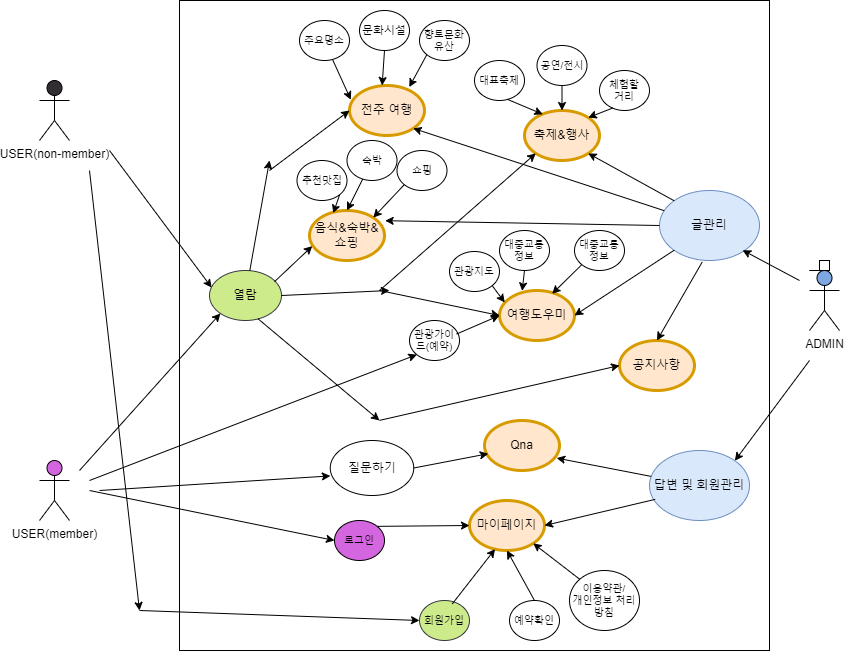
The draw.io diagram info/service.drawio.png in nicesaturday/kh_teamPro01, before a commit. Source tidied: cells renumbered, new cells last; positions are measured from the earlier drawing's top-left corner, leaving out a move shared by most shapes.
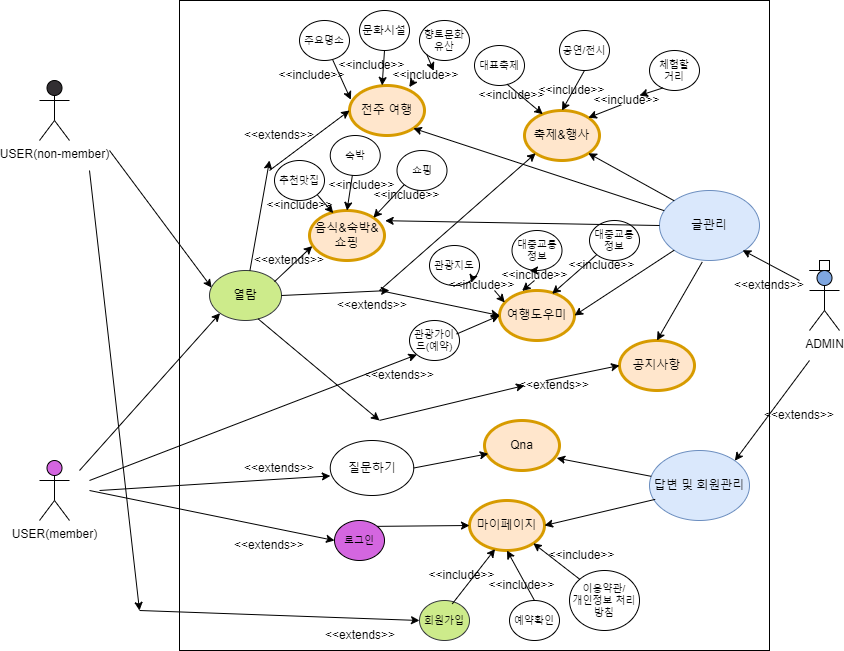
After the change.

Commit message:
service flow png

The edit, as a diff of the source:
```diff
@@ -44,20 +44,20 @@
     <mxCell id="13" style="endArrow=classic;html=1;rounded=0;exitX=0.5;exitY=1;exitDx=0;exitDy=0;entryX=0.435;entryY=-0.001;entryDx=0;entryDy=0;entryPerimeter=0;" parent="1" edge="1" source="10" target="8">
       <mxGeometry relative="1" as="geometry" />
     </mxCell>
-    <mxCell id="14" style="endArrow=classic;html=1;rounded=0;exitX=0;exitY=1;exitDx=0;exitDy=0;entryX=0.797;entryY=0.032;entryDx=0;entryDy=0;entryPerimeter=0;" parent="1" edge="1" source="11" target="8">
+    <mxCell id="14" style="endArrow=classic;html=1;rounded=0;exitX=0;exitY=1;exitDx=0;exitDy=0;entryX=0.797;entryY=0.032;entryDx=0;entryDy=0;entryPerimeter=0;" parent="1" edge="1" source="88" target="8">
       <mxGeometry relative="1" as="geometry" />
     </mxCell>
     <mxCell id="15" value="축제&amp;amp;행사" style="ellipse;whiteSpace=wrap;html=1;strokeWidth=3;fillColor=#ffe6cc;strokeColor=#d79b00;" parent="1" vertex="1">
       <mxGeometry x="485" y="100" width="75" height="50" as="geometry" />
     </mxCell>
     <mxCell id="16" value="공연/전시" style="ellipse;whiteSpace=wrap;html=1;fontSize=10;" parent="1" vertex="1">
-      <mxGeometry x="497.5" y="35" width="50" height="40" as="geometry" />
+      <mxGeometry x="520" y="20" width="50" height="40" as="geometry" />
     </mxCell>
     <mxCell id="17" value="체험할&lt;div&gt;거리&lt;/div&gt;" style="ellipse;whiteSpace=wrap;html=1;fontSize=10;" parent="1" vertex="1">
-      <mxGeometry x="560" y="60" width="50" height="40" as="geometry" />
+      <mxGeometry x="610" y="40" width="50" height="40" as="geometry" />
     </mxCell>
     <mxCell id="18" value="대표축제" style="ellipse;whiteSpace=wrap;html=1;fontSize=10;" parent="1" vertex="1">
-      <mxGeometry x="435" y="50" width="50" height="40" as="geometry" />
+      <mxGeometry x="435" y="35" width="50" height="40" as="geometry" />
     </mxCell>
     <mxCell id="19" style="endArrow=classic;html=1;rounded=0;exitX=0.5;exitY=1;exitDx=0;exitDy=0;entryX=0.5;entryY=0;entryDx=0;entryDy=0;" parent="1" edge="1" source="16" target="15">
       <mxGeometry relative="1" as="geometry" />
@@ -65,17 +65,17 @@
     <mxCell id="20" style="endArrow=classic;html=1;rounded=0;exitX=0.652;exitY=0.968;exitDx=0;exitDy=0;exitPerimeter=0;entryX=0.244;entryY=0.075;entryDx=0;entryDy=0;entryPerimeter=0;" parent="1" edge="1" source="18" target="15">
       <mxGeometry relative="1" as="geometry" />
     </mxCell>
-    <mxCell id="21" style="endArrow=classic;html=1;rounded=0;exitX=0.266;exitY=0.937;exitDx=0;exitDy=0;entryX=1;entryY=0;entryDx=0;entryDy=0;exitPerimeter=0;" parent="1" edge="1" source="17" target="15">
+    <mxCell id="21" style="endArrow=classic;html=1;rounded=0;exitX=0.266;exitY=0.937;exitDx=0;exitDy=0;entryX=1;entryY=0;entryDx=0;entryDy=0;exitPerimeter=0;" parent="1" edge="1" source="92" target="15">
       <mxGeometry relative="1" as="geometry" />
     </mxCell>
     <mxCell id="22" value="음식&amp;amp;숙박&amp;amp;쇼핑" style="ellipse;whiteSpace=wrap;html=1;strokeWidth=3;fillColor=#ffe6cc;strokeColor=#d79b00;" parent="1" vertex="1">
       <mxGeometry x="270" y="200" width="75" height="50" as="geometry" />
     </mxCell>
     <mxCell id="23" value="숙박" style="ellipse;whiteSpace=wrap;html=1;fontSize=10;" parent="1" vertex="1">
-      <mxGeometry x="307.5" y="130" width="50" height="40" as="geometry" />
+      <mxGeometry x="290.8" y="125" width="50" height="40" as="geometry" />
     </mxCell>
     <mxCell id="24" value="추천맛집" style="ellipse;whiteSpace=wrap;html=1;fontSize=10;" parent="1" vertex="1">
-      <mxGeometry x="257.5" y="150" width="50" height="40" as="geometry" />
+      <mxGeometry x="235" y="150" width="50" height="40" as="geometry" />
     </mxCell>
     <mxCell id="25" value="쇼핑" style="ellipse;whiteSpace=wrap;html=1;fontSize=10;" parent="1" vertex="1">
       <mxGeometry x="357.5" y="140" width="50" height="40" as="geometry" />
@@ -93,24 +93,24 @@
       <mxGeometry x="460" y="280" width="75" height="50" as="geometry" />
     </mxCell>
     <mxCell id="30" value="관광지도" style="ellipse;whiteSpace=wrap;html=1;fontSize=10;" parent="1" vertex="1">
-      <mxGeometry x="410" y="241" width="50" height="40" as="geometry" />
+      <mxGeometry x="390" y="235" width="50" height="40" as="geometry" />
     </mxCell>
     <mxCell id="31" value="대중교통 정보" style="ellipse;whiteSpace=wrap;html=1;fontSize=10;" parent="1" vertex="1">
-      <mxGeometry x="460" y="220" width="50" height="40" as="geometry" />
+      <mxGeometry x="472.5" y="220" width="50" height="40" as="geometry" />
     </mxCell>
     <mxCell id="32" value="관광가이드(예약)" style="ellipse;whiteSpace=wrap;html=1;fontSize=10;" parent="1" vertex="1">
       <mxGeometry x="370" y="310" width="50" height="40" as="geometry" />
     </mxCell>
     <mxCell id="33" value="대중교통 정보" style="ellipse;whiteSpace=wrap;html=1;fontSize=10;" parent="1" vertex="1">
-      <mxGeometry x="535" y="220" width="50" height="40" as="geometry" />
+      <mxGeometry x="550" y="210" width="50" height="40" as="geometry" />
     </mxCell>
     <mxCell id="34" style="endArrow=classic;html=1;rounded=0;entryX=0;entryY=0.5;entryDx=0;entryDy=0;exitX=0.942;exitY=0.338;exitDx=0;exitDy=0;exitPerimeter=0;" parent="1" edge="1" source="32" target="29">
       <mxGeometry relative="1" as="geometry" />
     </mxCell>
-    <mxCell id="35" style="endArrow=classic;html=1;rounded=0;entryX=0.07;entryY=0.24;entryDx=0;entryDy=0;exitX=1;exitY=1;exitDx=0;exitDy=0;entryPerimeter=0;" parent="1" edge="1" source="30" target="29">
+    <mxCell id="35" style="endArrow=classic;html=1;rounded=0;entryX=0.07;entryY=0.24;entryDx=0;entryDy=0;exitX=1;exitY=1;exitDx=0;exitDy=0;entryPerimeter=0;" parent="1" edge="1" source="97" target="29">
       <mxGeometry relative="1" as="geometry" />
     </mxCell>
-    <mxCell id="36" style="endArrow=classic;html=1;rounded=0;entryX=0.302;entryY=0.008;entryDx=0;entryDy=0;exitX=0.5;exitY=1;exitDx=0;exitDy=0;entryPerimeter=0;" parent="1" edge="1" source="31" target="29">
+    <mxCell id="36" style="endArrow=classic;html=1;rounded=0;entryX=0.302;entryY=0.008;entryDx=0;entryDy=0;exitX=0.5;exitY=1;exitDx=0;exitDy=0;entryPerimeter=0;" parent="1" edge="1" source="99" target="29">
       <mxGeometry relative="1" as="geometry" />
     </mxCell>
     <mxCell id="37" style="endArrow=classic;html=1;rounded=0;entryX=0.702;entryY=0.066;entryDx=0;entryDy=0;exitX=0;exitY=1;exitDx=0;exitDy=0;entryPerimeter=0;" parent="1" edge="1" source="33" target="29">
@@ -217,7 +217,7 @@
         <mxPoint x="60" y="480" as="sourcePoint" />
       </mxGeometry>
     </mxCell>
-    <mxCell id="66" style="endArrow=classic;html=1;rounded=0;exitX=0.354;exitY=0.339;exitDx=0;exitDy=0;exitPerimeter=0;entryX=0;entryY=0.5;entryDx=0;entryDy=0;" parent="1" edge="1" source="2" target="43">
+    <mxCell id="66" style="endArrow=classic;html=1;rounded=0;exitX=0.354;exitY=0.339;exitDx=0;exitDy=0;exitPerimeter=0;entryX=0;entryY=0.5;entryDx=0;entryDy=0;" parent="1" edge="1" source="107" target="43">
       <mxGeometry relative="1" as="geometry" />
     </mxCell>
     <mxCell id="67" value="질문하기" style="ellipse;whiteSpace=wrap;html=1;" parent="1" vertex="1">
@@ -267,5 +267,95 @@
         <mxPoint x="340" y="280" as="sourcePoint" />
       </mxGeometry>
     </mxCell>
+    <mxCell id="78" value="&amp;lt;&amp;lt;extends&amp;gt;&amp;gt;" style="text;html=1;align=center;verticalAlign=middle;whiteSpace=wrap;rounded=0;" parent="1" vertex="1">
+      <mxGeometry x="700" y="260" width="60" height="30" as="geometry" />
+    </mxCell>
+    <mxCell id="79" value="&amp;lt;&amp;lt;extends&amp;gt;&amp;gt;" style="text;html=1;align=center;verticalAlign=middle;whiteSpace=wrap;rounded=0;" parent="1" vertex="1">
+      <mxGeometry x="730" y="390" width="60" height="30" as="geometry" />
+    </mxCell>
+    <mxCell id="80" value="&amp;lt;&amp;lt;extends&amp;gt;&amp;gt;" style="text;html=1;align=center;verticalAlign=middle;whiteSpace=wrap;rounded=0;" parent="1" vertex="1">
+      <mxGeometry x="200" y="520" width="60" height="30" as="geometry" />
+    </mxCell>
+    <mxCell id="81" value="&amp;lt;&amp;lt;extends&amp;gt;&amp;gt;" style="text;html=1;align=center;verticalAlign=middle;whiteSpace=wrap;rounded=0;" parent="1" vertex="1">
+      <mxGeometry x="210" y="442.5" width="60" height="30" as="geometry" />
+    </mxCell>
+    <mxCell id="82" value="&amp;lt;&amp;lt;extends&amp;gt;&amp;gt;" style="text;html=1;align=center;verticalAlign=middle;whiteSpace=wrap;rounded=0;" parent="1" vertex="1">
+      <mxGeometry x="302.5" y="280" width="60" height="30" as="geometry" />
+    </mxCell>
+    <mxCell id="83" value="&amp;lt;&amp;lt;extends&amp;gt;&amp;gt;" style="text;html=1;align=center;verticalAlign=middle;whiteSpace=wrap;rounded=0;" parent="1" vertex="1">
+      <mxGeometry x="210" y="110" width="60" height="30" as="geometry" />
+    </mxCell>
+    <mxCell id="84" value="&amp;lt;&amp;lt;extends&amp;gt;&amp;gt;" style="text;html=1;align=center;verticalAlign=middle;whiteSpace=wrap;rounded=0;" parent="1" vertex="1">
+      <mxGeometry x="330" y="350" width="60" height="30" as="geometry" />
+    </mxCell>
+    <mxCell id="85" value="&amp;lt;&amp;lt;include&amp;gt;&amp;gt;" style="text;html=1;align=center;verticalAlign=middle;whiteSpace=wrap;rounded=0;" parent="1" vertex="1">
+      <mxGeometry x="260" y="60" width="25" height="10" as="geometry" />
+    </mxCell>
+    <mxCell id="86" value="&amp;lt;&amp;lt;include&amp;gt;&amp;gt;" style="text;html=1;align=center;verticalAlign=middle;whiteSpace=wrap;rounded=0;" parent="1" vertex="1">
+      <mxGeometry x="320" y="50" width="25" height="10" as="geometry" />
+    </mxCell>
+    <mxCell id="87" style="endArrow=classic;html=1;rounded=0;exitX=0;exitY=1;exitDx=0;exitDy=0;entryX=0.797;entryY=0.032;entryDx=0;entryDy=0;entryPerimeter=0;" parent="1" edge="1" source="11" target="88">
+      <mxGeometry relative="1" as="geometry" />
+    </mxCell>
+    <mxCell id="88" value="&amp;lt;&amp;lt;include&amp;gt;&amp;gt;" style="text;html=1;align=center;verticalAlign=middle;whiteSpace=wrap;rounded=0;" parent="1" vertex="1">
+      <mxGeometry x="374.2" y="60" width="25" height="10" as="geometry" />
+    </mxCell>
+    <mxCell id="89" value="&amp;lt;&amp;lt;include&amp;gt;&amp;gt;" style="text;html=1;align=center;verticalAlign=middle;whiteSpace=wrap;rounded=0;" parent="1" vertex="1">
+      <mxGeometry x="460" y="80" width="25" height="10" as="geometry" />
+    </mxCell>
+    <mxCell id="90" value="&amp;lt;&amp;lt;include&amp;gt;&amp;gt;" style="text;html=1;align=center;verticalAlign=middle;whiteSpace=wrap;rounded=0;" parent="1" vertex="1">
+      <mxGeometry x="520" y="75" width="25" height="10" as="geometry" />
+    </mxCell>
+    <mxCell id="91" style="endArrow=classic;html=1;rounded=0;exitX=0.266;exitY=0.937;exitDx=0;exitDy=0;entryX=1;entryY=0;entryDx=0;entryDy=0;exitPerimeter=0;" parent="1" edge="1" source="17" target="92">
+      <mxGeometry relative="1" as="geometry" />
+    </mxCell>
+    <mxCell id="92" value="&amp;lt;&amp;lt;include&amp;gt;&amp;gt;" style="text;html=1;align=center;verticalAlign=middle;whiteSpace=wrap;rounded=0;" parent="1" vertex="1">
+      <mxGeometry x="575" y="85" width="25" height="10" as="geometry" />
+    </mxCell>
+    <mxCell id="93" value="&amp;lt;&amp;lt;include&amp;gt;&amp;gt;" style="text;html=1;align=center;verticalAlign=middle;whiteSpace=wrap;rounded=0;" parent="1" vertex="1">
+      <mxGeometry x="355" y="180" width="25" height="10" as="geometry" />
+    </mxCell>
+    <mxCell id="94" value="&amp;lt;&amp;lt;include&amp;gt;&amp;gt;" style="text;html=1;align=center;verticalAlign=middle;whiteSpace=wrap;rounded=0;" parent="1" vertex="1">
+      <mxGeometry x="310" y="170" width="25" height="10" as="geometry" />
+    </mxCell>
+    <mxCell id="95" value="&amp;lt;&amp;lt;include&amp;gt;&amp;gt;" style="text;html=1;align=center;verticalAlign=middle;whiteSpace=wrap;rounded=0;" parent="1" vertex="1">
+      <mxGeometry x="247.5" y="190" width="25" height="10" as="geometry" />
+    </mxCell>
+    <mxCell id="96" style="endArrow=classic;html=1;rounded=0;entryX=0.07;entryY=0.24;entryDx=0;entryDy=0;exitX=1;exitY=1;exitDx=0;exitDy=0;entryPerimeter=0;" parent="1" edge="1" source="30" target="97">
+      <mxGeometry relative="1" as="geometry" />
+    </mxCell>
+    <mxCell id="97" value="&amp;lt;&amp;lt;include&amp;gt;&amp;gt;" style="text;html=1;align=center;verticalAlign=middle;whiteSpace=wrap;rounded=0;" parent="1" vertex="1">
+      <mxGeometry x="430" y="270" width="25" height="10" as="geometry" />
+    </mxCell>
+    <mxCell id="98" style="endArrow=classic;html=1;rounded=0;entryX=0.302;entryY=0.008;entryDx=0;entryDy=0;exitX=0.5;exitY=1;exitDx=0;exitDy=0;entryPerimeter=0;" parent="1" edge="1" source="31" target="99">
+      <mxGeometry relative="1" as="geometry" />
+    </mxCell>
+    <mxCell id="99" value="&amp;lt;&amp;lt;include&amp;gt;&amp;gt;" style="text;html=1;align=center;verticalAlign=middle;whiteSpace=wrap;rounded=0;" parent="1" vertex="1">
+      <mxGeometry x="482.5" y="260" width="25" height="10" as="geometry" />
+    </mxCell>
+    <mxCell id="100" value="&amp;lt;&amp;lt;include&amp;gt;&amp;gt;" style="text;html=1;align=center;verticalAlign=middle;whiteSpace=wrap;rounded=0;" parent="1" vertex="1">
+      <mxGeometry x="550" y="250" width="25" height="10" as="geometry" />
+    </mxCell>
+    <mxCell id="101" value="&amp;lt;&amp;lt;extends&amp;gt;&amp;gt;" style="text;html=1;align=center;verticalAlign=middle;whiteSpace=wrap;rounded=0;" parent="1" vertex="1">
+      <mxGeometry x="290.8" y="610" width="60" height="30" as="geometry" />
+    </mxCell>
+    <mxCell id="102" value="&amp;lt;&amp;lt;include&amp;gt;&amp;gt;" style="text;html=1;align=center;verticalAlign=middle;whiteSpace=wrap;rounded=0;" parent="1" vertex="1">
+      <mxGeometry x="530" y="540" width="25" height="10" as="geometry" />
+    </mxCell>
+    <mxCell id="103" value="&amp;lt;&amp;lt;include&amp;gt;&amp;gt;" style="text;html=1;align=center;verticalAlign=middle;whiteSpace=wrap;rounded=0;" parent="1" vertex="1">
+      <mxGeometry x="470" y="570" width="25" height="10" as="geometry" />
+    </mxCell>
+    <mxCell id="104" value="&amp;lt;&amp;lt;include&amp;gt;&amp;gt;" style="text;html=1;align=center;verticalAlign=middle;whiteSpace=wrap;rounded=0;" parent="1" vertex="1">
+      <mxGeometry x="410" y="560" width="25" height="10" as="geometry" />
+    </mxCell>
+    <mxCell id="105" value="&amp;lt;&amp;lt;extends&amp;gt;&amp;gt;" style="text;html=1;align=center;verticalAlign=middle;whiteSpace=wrap;rounded=0;" parent="1" vertex="1">
+      <mxGeometry x="220" y="235" width="60" height="30" as="geometry" />
+    </mxCell>
+    <mxCell id="106" style="endArrow=classic;html=1;rounded=0;exitX=0.354;exitY=0.339;exitDx=0;exitDy=0;exitPerimeter=0;entryX=0;entryY=0.5;entryDx=0;entryDy=0;" parent="1" edge="1" source="2" target="107">
+      <mxGeometry relative="1" as="geometry" />
+    </mxCell>
+    <mxCell id="107" value="&amp;lt;&amp;lt;extends&amp;gt;&amp;gt;" style="text;html=1;align=center;verticalAlign=middle;whiteSpace=wrap;rounded=0;" parent="1" vertex="1">
+      <mxGeometry x="485" y="360" width="60" height="30" as="geometry" />
+    </mxCell>
   </root>
 </mxGraphModel>
```
